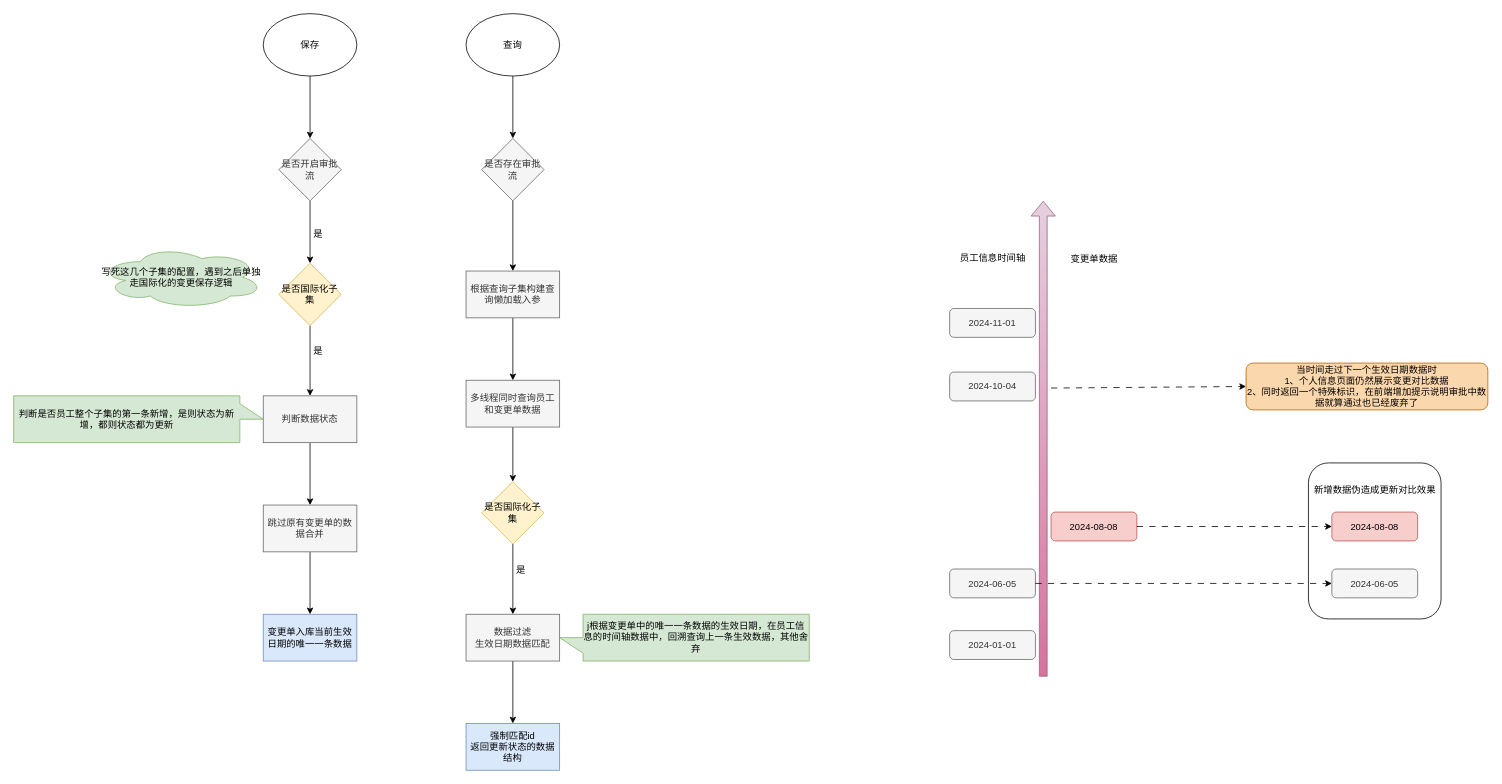
The draw.io diagram 用友/个人信息国际化变更单.drawio in Super-YYQ/drawIo, before the edit. Source tidied: cells renumbered, new cells numbered last; positions are measured from the earlier drawing's top-left corner, leaving out a move shared by most shapes. Both pictures are drawn from the tidied source at 78%, with x=0, y=0 at pixel (13, 13).
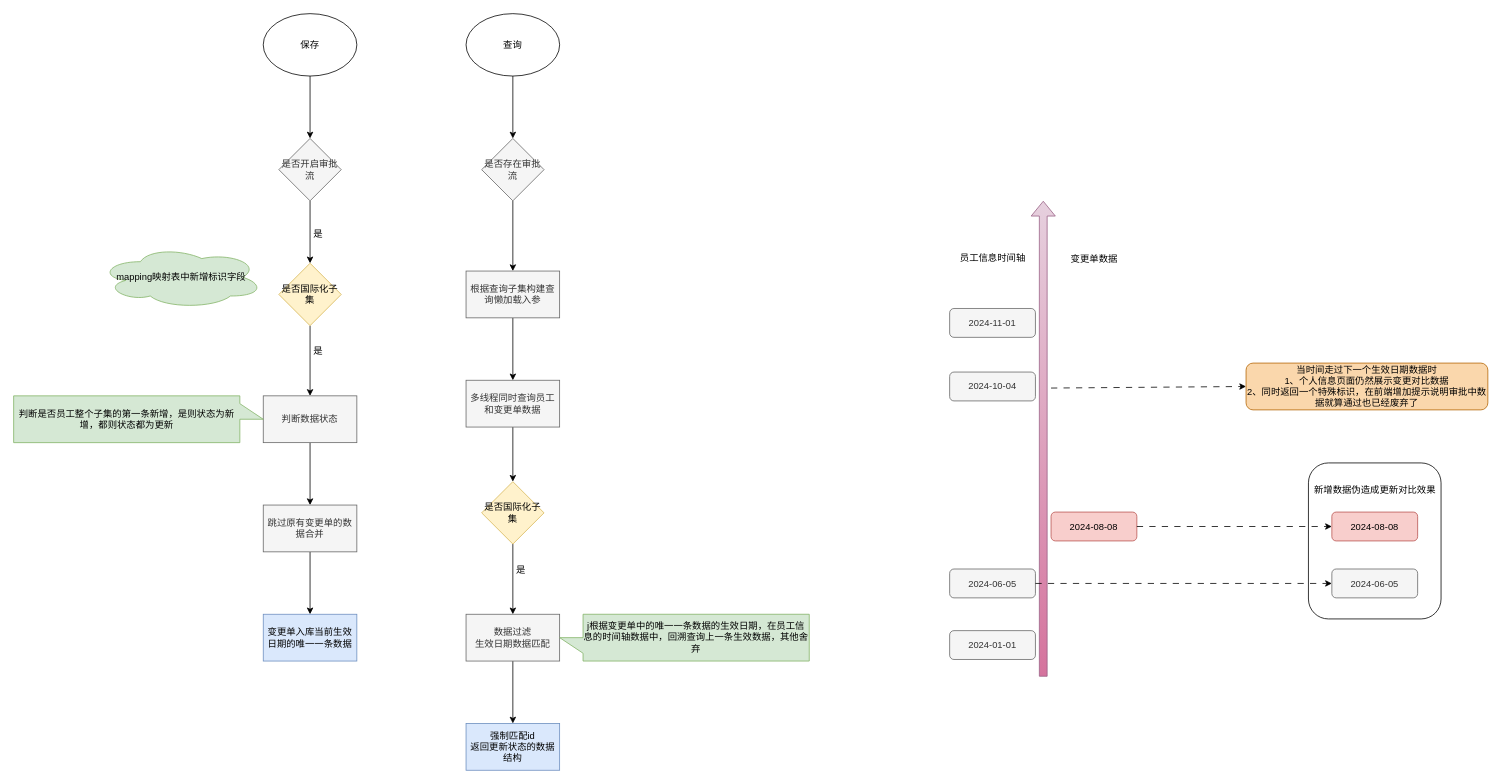
Above is the later version.

Commit message:
更新个人信息国际化变更单.drawio

Change to the diagram source:
```diff
@@
-    <mxCell id="15" value="写死这几个子集的配置，遇到之后单独走国际化的变更保存逻辑" style="ellipse;shape=cloud;whiteSpace=wrap;html=1;fillColor=#d5e8d4;strokeColor=#82b366;" parent="1" vertex="1">
+    <mxCell id="15" value="mapping映射表中新增标识字段" style="ellipse;shape=cloud;whiteSpace=wrap;html=1;fillColor=#d5e8d4;strokeColor=#82b366;" parent="1" vertex="1">
       <mxGeometry x="110" y="298" width="210" height="80" as="geometry" />
     </mxCell>
```
